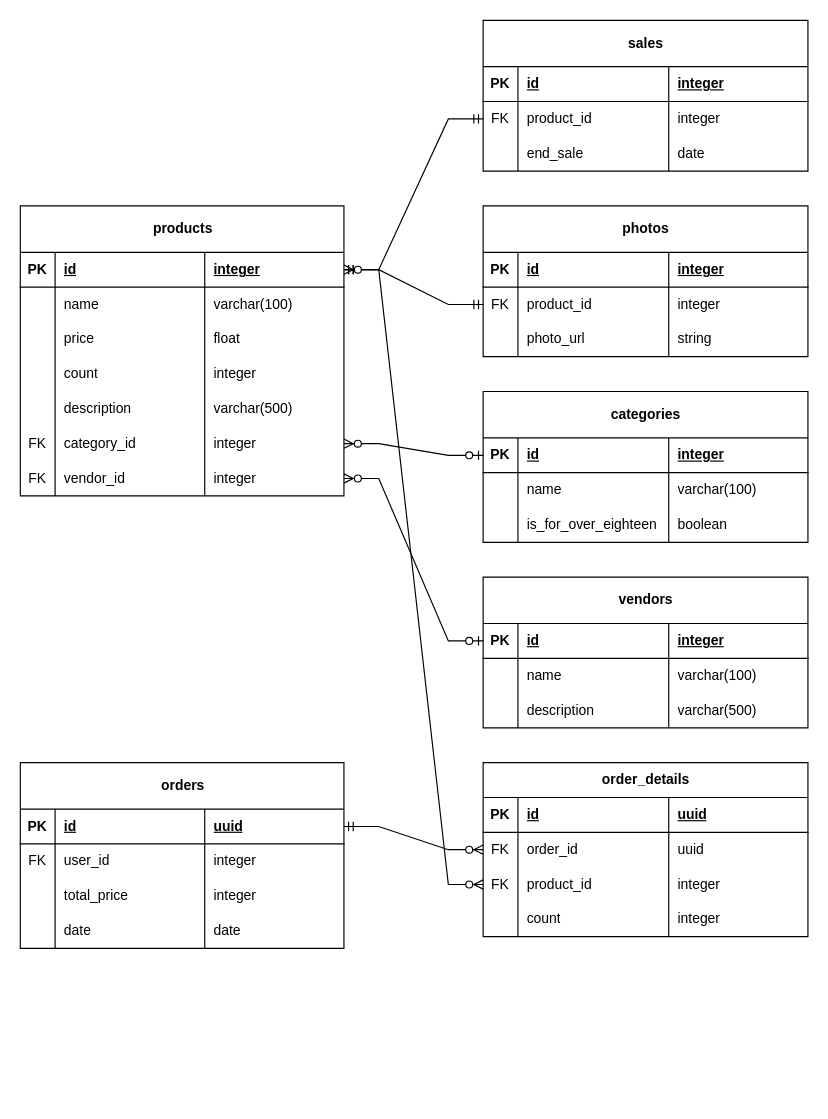
The draw.io diagram page "database" (1 of 2) of shop-java-spring-bot-diagram.drawio in vr61v/spring-shopping-bot, before the edit. Source tidied: cells renumbered, new cells numbered last; positions are measured from the earlier drawing's top-left corner, leaving out a move shared by most shapes. Both pictures are drawn from the tidied source at 116%, with x=0, y=0 at pixel (20, 20).
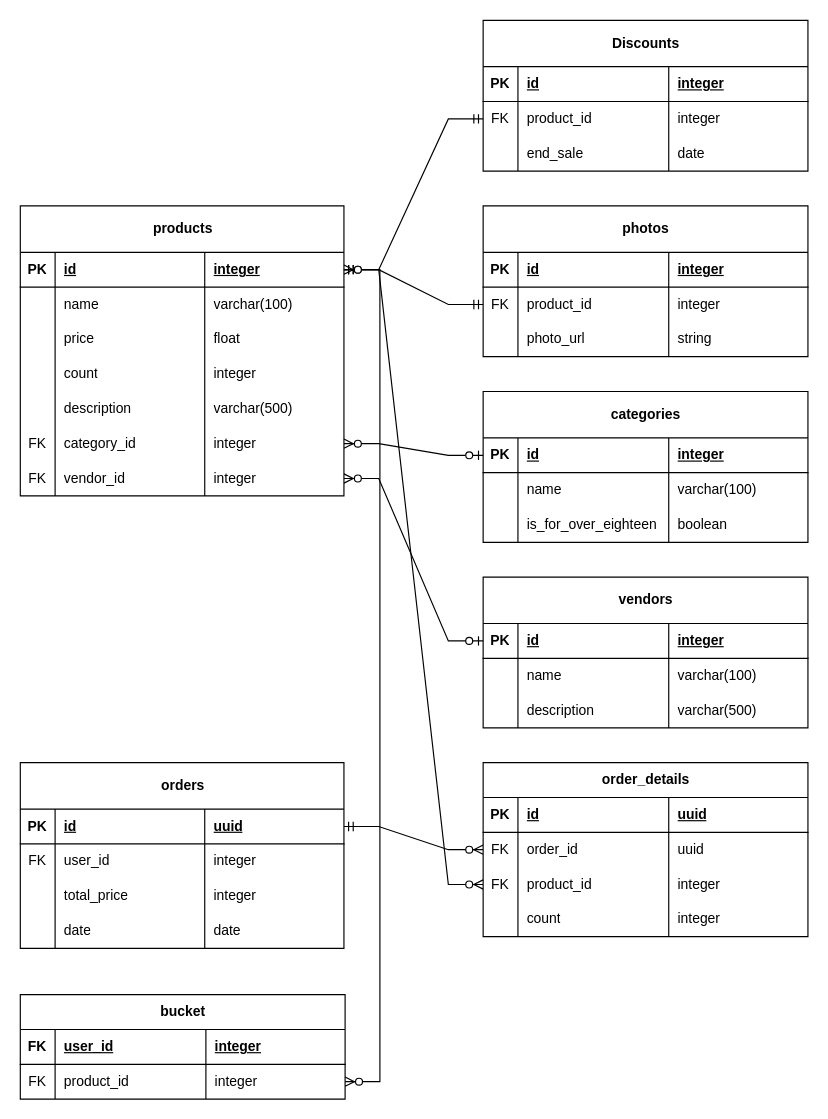
The same page after the edit.

Unchanged cells that the change refers to:
```xml
<mxCell id="3" style="shape=tableRow;horizontal=0;startSize=0;swimlaneHead=0;swimlaneBody=0;fillColor=none;points=[[0,0.5],[1,0.5]];portConstraint=eastwest;top=0;left=0;right=0;bottom=1;" parent="2" vertex="1">
  <mxGeometry y="40" width="279" height="30" as="geometry" />
</mxCell>
<mxCell id="64" style="shape=tableRow;horizontal=0;startSize=0;swimlaneHead=0;swimlaneBody=0;fillColor=none;points=[[0,0.5],[1,0.5]];portConstraint=eastwest;top=0;left=0;right=0;bottom=0;" parent="59" vertex="1">
  <mxGeometry y="70" width="280" height="30" as="geometry" />
</mxCell>
```

Change to the diagram source:
```diff
@@
     <mxCell id="72" style="edgeStyle=entityRelationEdgeStyle;fontSize=12;html=1;endArrow=ERmandOne;startArrow=ERmandOne;rounded=0;" parent="1" edge="1" source="3" target="64">
       <mxGeometry relative="1" as="geometry">
         <Array as="points">
-          <mxPoint x="419" y="250" />
+          <mxPoint x="860" y="290" />
         </Array>
       </mxGeometry>
     </mxCell>
-    <mxCell id="73" value="sales" style="shape=table;startSize=40;childLayout=tableLayout;rowLines=0;fontStyle=1;align=center;html=1;" parent="1" vertex="1">
+    <mxCell id="73" value="Discounts" style="shape=table;startSize=40;childLayout=tableLayout;rowLines=0;fontStyle=1;align=center;html=1;" parent="1" vertex="1">
       <mxGeometry x="399" width="280" height="130" as="geometry" />
     </mxCell>
@@
+    <mxCell id="123" value="bucket" style="shape=table;startSize=30;childLayout=tableLayout;rowLines=0;fontStyle=1;align=center;html=1;" parent="1" vertex="1">
+      <mxGeometry y="840" width="280" height="90" as="geometry" />
+    </mxCell>
+    <mxCell id="124" style="shape=tableRow;horizontal=0;startSize=0;swimlaneHead=0;swimlaneBody=0;fillColor=none;top=0;left=0;right=0;bottom=1;" parent="123" vertex="1">
+      <mxGeometry y="30" width="280" height="30" as="geometry" />
+    </mxCell>
+    <mxCell id="125" value="FK" style="shape=partialRectangle;fillColor=none;top=0;left=0;bottom=0;right=0;fontStyle=1;overflow=hidden;whiteSpace=wrap;html=1;" parent="124" vertex="1">
+      <mxGeometry width="30" height="30" as="geometry" />
+    </mxCell>
+    <mxCell id="126" value="user_id" style="shape=partialRectangle;fillColor=none;top=0;left=0;bottom=0;right=0;align=left;spacingLeft=6;fontStyle=5;overflow=hidden;whiteSpace=wrap;html=1;" parent="124" vertex="1">
+      <mxGeometry x="30" width="130" height="30" as="geometry" />
+    </mxCell>
+    <mxCell id="127" value="integer" style="shape=partialRectangle;fillColor=none;top=0;left=0;bottom=0;right=0;align=left;spacingLeft=6;fontStyle=5;overflow=hidden;whiteSpace=wrap;html=1;" parent="124" vertex="1">
+      <mxGeometry x="160" width="120" height="30" as="geometry" />
+    </mxCell>
+    <mxCell id="128" style="shape=tableRow;horizontal=0;startSize=0;swimlaneHead=0;swimlaneBody=0;fillColor=none;points=[[0,0.5],[1,0.5]];portConstraint=eastwest;top=0;left=0;right=0;bottom=0;" parent="123" vertex="1">
+      <mxGeometry y="60" width="280" height="30" as="geometry" />
+    </mxCell>
+    <mxCell id="129" value="FK" style="shape=partialRectangle;fillColor=none;top=0;left=0;bottom=0;right=0;overflow=hidden;whiteSpace=wrap;html=1;" parent="128" vertex="1">
+      <mxGeometry width="30" height="30" as="geometry" />
+    </mxCell>
+    <mxCell id="130" value="product_id" style="shape=partialRectangle;fillColor=none;top=0;left=0;bottom=0;right=0;align=left;spacingLeft=6;overflow=hidden;whiteSpace=wrap;html=1;" parent="128" vertex="1">
+      <mxGeometry x="30" width="130" height="30" as="geometry" />
+    </mxCell>
+    <mxCell id="131" value="integer" style="shape=partialRectangle;fillColor=none;top=0;left=0;bottom=0;right=0;align=left;spacingLeft=6;overflow=hidden;whiteSpace=wrap;html=1;" parent="128" vertex="1">
+      <mxGeometry x="160" width="120" height="30" as="geometry" />
+    </mxCell>
+    <mxCell id="132" style="edgeStyle=entityRelationEdgeStyle;fontSize=12;html=1;endArrow=ERzeroToMany;startArrow=ERzeroToOne;rounded=0;" parent="1" edge="1" source="3" target="128">
+      <mxGeometry relative="1" as="geometry" />
+    </mxCell>
```
